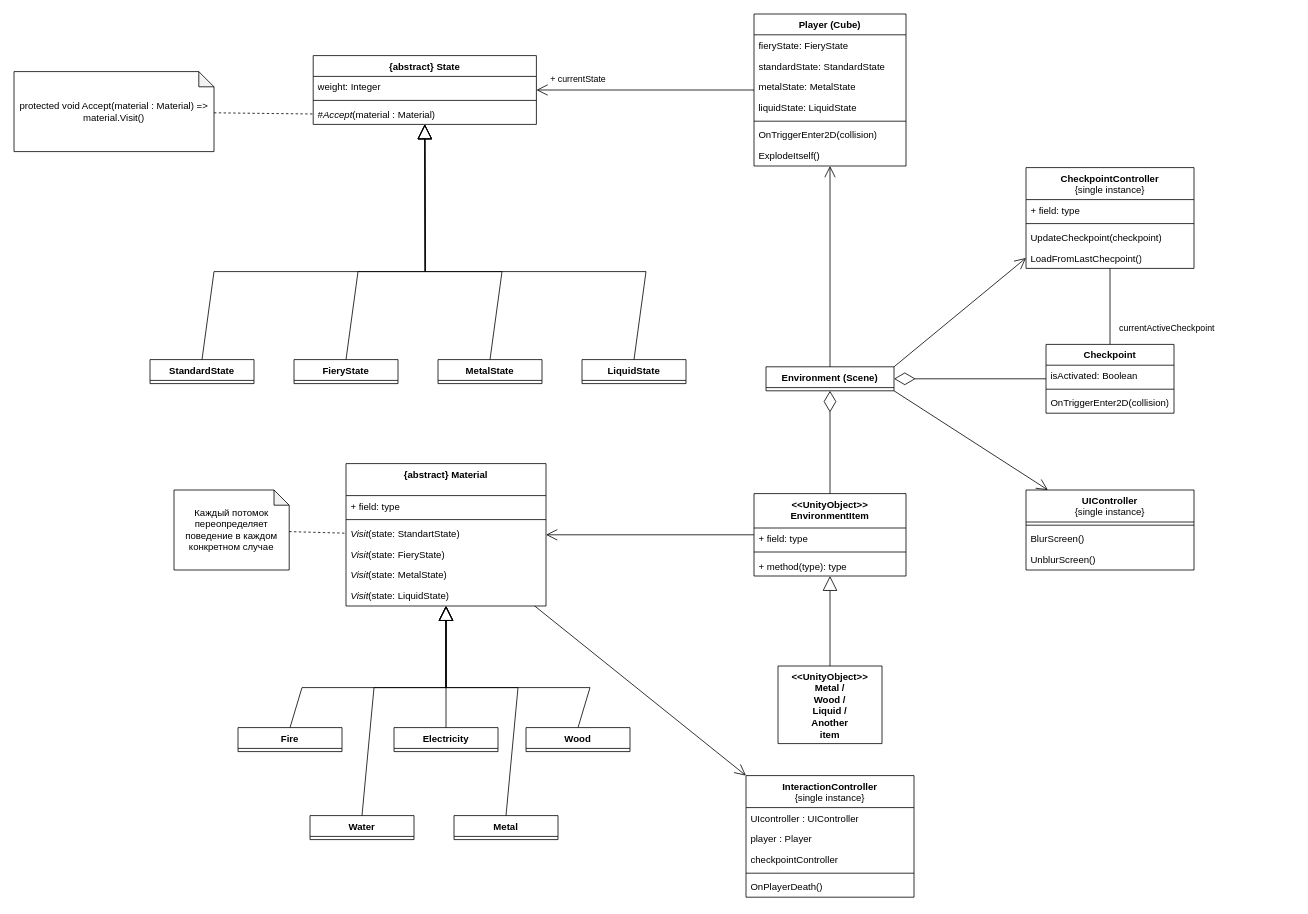
Above: Documentation/Cube states Diagram.drawio in Mithrilll/Rock (draw.io), before the change. Source tidied: cells renumbered, new cells numbered last; positions are measured from the earlier drawing's top-left corner, leaving out a move shared by most shapes. Both pictures are drawn from the tidied source at 80%, with x=0, y=0 at pixel (14, 14).
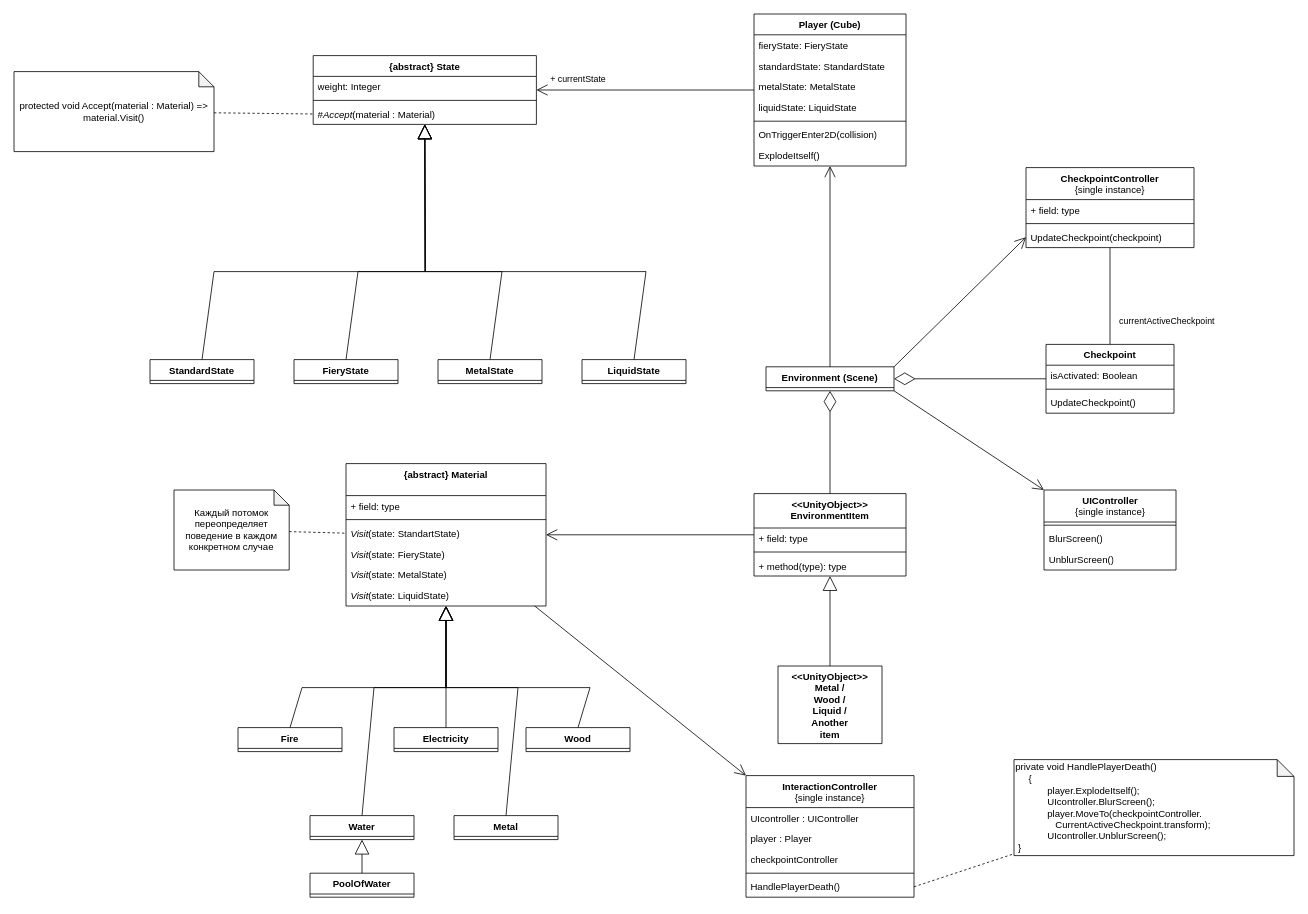
The same diagram, later.

Unchanged cells that the change refers to:
```xml
<mxCell id="21" value="Water" style="swimlane;fontStyle=1;align=center;verticalAlign=top;horizontal=1;startSize=26;whiteSpace=wrap;html=1;" parent="1" vertex="1" collapsed="1">
  <mxGeometry x="370" y="1002" width="130" height="30" as="geometry" />
</mxCell>
<mxCell id="37" value="Environment (Scene)" style="swimlane;fontStyle=1;align=center;verticalAlign=top;horizontal=1;startSize=26;whiteSpace=wrap;html=1;" parent="1" vertex="1" collapsed="1">
  <mxGeometry x="940" y="441" width="160" height="30" as="geometry" />
</mxCell>
<mxCell id="61" value="UpdateCheckpoint(checkpoint)" style="text;strokeColor=none;fillColor=none;align=left;verticalAlign=top;spacingLeft=4;spacingRight=4;overflow=hidden;points=[[0,0.5],[1,0.5]];portConstraint=eastwest;whiteSpace=wrap;html=1;" parent="58" vertex="1">
  <mxGeometry y="74" width="210" height="26" as="geometry" />
</mxCell>
<mxCell id="63" value="Checkpoint" style="swimlane;fontStyle=1;align=center;verticalAlign=top;horizontal=1;startSize=26;whiteSpace=wrap;html=1;" parent="1" vertex="1">
  <mxGeometry x="1290" y="413" width="160" height="86" as="geometry" />
</mxCell>
<mxCell id="74" value="InteractionController&lt;br style=&quot;border-color: var(--border-color);&quot;&gt;&lt;span style=&quot;font-weight: normal;&quot;&gt;{single instance}&lt;/span&gt;" style="swimlane;fontStyle=1;align=center;verticalAlign=top;horizontal=1;startSize=40;whiteSpace=wrap;html=1;" parent="1" vertex="1">
  <mxGeometry x="915" y="952" width="210" height="152" as="geometry" />
</mxCell>
```

What changed in the source:
```diff
@@
-    <mxCell id="36" style="edgeStyle=none;shape=connector;rounded=0;jettySize=auto;html=1;exitX=1;exitY=0;exitDx=0;exitDy=0;labelBackgroundColor=default;strokeColor=default;fontFamily=Helvetica;fontSize=11;fontColor=default;endArrow=open;endFill=1;endSize=12;entryX=0;entryY=0.5;entryDx=0;entryDy=0;" parent="1" edge="1" source="37" target="62">
+    <mxCell id="36" style="edgeStyle=none;shape=connector;rounded=0;jettySize=auto;html=1;exitX=1;exitY=0;exitDx=0;exitDy=0;labelBackgroundColor=default;strokeColor=default;fontFamily=Helvetica;fontSize=11;fontColor=default;endArrow=open;endFill=1;endSize=12;entryX=0;entryY=0.5;entryDx=0;entryDy=0;" parent="1" edge="1" source="37" target="61">
       <mxGeometry relative="1" as="geometry" />
     </mxCell>
@@
     <mxCell id="58" value="CheckpointController&lt;br&gt;&lt;span style=&quot;font-weight: normal;&quot;&gt;{single instance}&lt;/span&gt;" style="swimlane;fontStyle=1;align=center;verticalAlign=top;horizontal=1;startSize=40;whiteSpace=wrap;html=1;" parent="1" vertex="1">
-      <mxGeometry x="1265" y="192" width="210" height="126" as="geometry" />
+      <mxGeometry x="1265" y="192" width="210" height="100" as="geometry" />
     </mxCell>
@@
-    <mxCell id="62" value="LoadFromLastChecpoint()" style="text;strokeColor=none;fillColor=none;align=left;verticalAlign=top;spacingLeft=4;spacingRight=4;overflow=hidden;points=[[0,0.5],[1,0.5]];portConstraint=eastwest;whiteSpace=wrap;html=1;" parent="58" vertex="1">
-      <mxGeometry y="100" width="210" height="26" as="geometry" />
-    </mxCell>
@@
-    <mxCell id="66" value="OnTriggerEnter2D(collision)" style="text;strokeColor=none;fillColor=none;align=left;verticalAlign=top;spacingLeft=4;spacingRight=4;overflow=hidden;whiteSpace=wrap;html=1;" parent="63" vertex="1">
+    <mxCell id="66" value="UpdateCheckpoint()" style="text;strokeColor=none;fillColor=none;align=left;verticalAlign=top;spacingLeft=4;spacingRight=4;overflow=hidden;whiteSpace=wrap;html=1;" parent="63" vertex="1">
       <mxGeometry y="60" width="160" height="26" as="geometry" />
     </mxCell>
@@
     <mxCell id="69" value="UIController&lt;br&gt;&lt;span style=&quot;font-weight: normal;&quot;&gt;{single instance}&lt;/span&gt;" style="swimlane;fontStyle=1;align=center;verticalAlign=top;horizontal=1;startSize=40;whiteSpace=wrap;html=1;" parent="1" vertex="1">
-      <mxGeometry x="1265" y="595" width="210" height="100" as="geometry" />
+      <mxGeometry x="1287.5" y="595" width="165" height="100" as="geometry" />
     </mxCell>
     <mxCell id="70" style="line;strokeWidth=1;fillColor=none;align=left;verticalAlign=middle;spacingTop=-1;spacingLeft=3;spacingRight=3;labelPosition=right;strokeColor=inherit;" parent="69" vertex="1">
-      <mxGeometry y="40" width="210" height="8" as="geometry" />
+      <mxGeometry y="40" width="165" height="8" as="geometry" />
     </mxCell>
     <mxCell id="71" value="BlurScreen()" style="text;strokeColor=none;fillColor=none;align=left;verticalAlign=top;spacingLeft=4;spacingRight=4;overflow=hidden;whiteSpace=wrap;html=1;" parent="69" vertex="1">
-      <mxGeometry y="48" width="210" height="26" as="geometry" />
+      <mxGeometry y="48" width="165" height="26" as="geometry" />
     </mxCell>
     <mxCell id="72" value="UnblurScreen()" style="text;strokeColor=none;fillColor=none;align=left;verticalAlign=top;spacingLeft=4;spacingRight=4;overflow=hidden;whiteSpace=wrap;html=1;" parent="69" vertex="1">
-      <mxGeometry y="74" width="210" height="26" as="geometry" />
+      <mxGeometry y="74" width="165" height="26" as="geometry" />
     </mxCell>
-    <mxCell id="73" style="edgeStyle=none;shape=connector;rounded=0;jettySize=auto;html=1;labelBackgroundColor=default;strokeColor=default;fontFamily=Helvetica;fontSize=11;fontColor=default;endArrow=open;endFill=1;endSize=12;exitX=1;exitY=1;exitDx=0;exitDy=0;" parent="1" edge="1" source="37" target="69">
+    <mxCell id="73" style="edgeStyle=none;shape=connector;rounded=0;jettySize=auto;html=1;labelBackgroundColor=default;strokeColor=default;fontFamily=Helvetica;fontSize=11;fontColor=default;endArrow=open;endFill=1;endSize=12;exitX=1;exitY=1;exitDx=0;exitDy=0;entryX=0;entryY=0;entryDx=0;entryDy=0;" parent="1" edge="1" source="37" target="69">
       <mxGeometry relative="1" as="geometry" />
     </mxCell>
@@
-    <mxCell id="79" value="OnPlayerDeath()" style="text;strokeColor=none;fillColor=none;align=left;verticalAlign=top;spacingLeft=4;spacingRight=4;overflow=hidden;points=[[0,0.5],[1,0.5]];portConstraint=eastwest;whiteSpace=wrap;html=1;" parent="74" vertex="1">
+    <mxCell id="79" value="HandlePlayerDeath()" style="text;strokeColor=none;fillColor=none;align=left;verticalAlign=top;spacingLeft=4;spacingRight=4;overflow=hidden;points=[[0,0.5],[1,0.5]];portConstraint=eastwest;whiteSpace=wrap;html=1;" parent="74" vertex="1">
       <mxGeometry y="126" width="210" height="26" as="geometry" />
     </mxCell>
+    <mxCell id="80" value="PoolOfWater" style="swimlane;fontStyle=1;align=center;verticalAlign=top;horizontal=1;startSize=26;whiteSpace=wrap;html=1;" parent="1" vertex="1" collapsed="1">
+      <mxGeometry x="370" y="1074" width="130" height="30" as="geometry" />
+    </mxCell>
+    <mxCell id="81" style="endArrow=block;endSize=16;endFill=0;html=1;rounded=0;" parent="1" edge="1" source="80" target="21">
+      <mxGeometry relative="1" as="geometry" />
+    </mxCell>
+    <mxCell id="82" value="&lt;div&gt;private void HandlePlayerDeath()&lt;/div&gt;&lt;div&gt;&amp;nbsp; &amp;nbsp; &lt;span style=&quot;white-space: pre;&quot;&gt; &lt;/span&gt;{&lt;/div&gt;&lt;blockquote style=&quot;margin: 0 0 0 40px; border: none; padding: 0px;&quot;&gt;&lt;div&gt;player.ExplodeItself();&lt;/div&gt;&lt;div&gt;UIcontroller.BlurScreen();&lt;/div&gt;&lt;div&gt;player.MoveTo(checkpointController.&lt;/div&gt;&lt;div&gt;&lt;span style=&quot;white-space: pre;&quot;&gt; &lt;/span&gt;&lt;span style=&quot;white-space: pre;&quot;&gt; &lt;/span&gt;&lt;span style=&quot;white-space: pre;&quot;&gt; &lt;/span&gt;CurrentActiveCheckpoint.transform);&lt;/div&gt;&lt;div&gt;UIcontroller.UnblurScreen();&lt;/div&gt;&lt;/blockquote&gt;&lt;div&gt;&lt;span style=&quot;&quot;&gt; &lt;/span&gt;&lt;span style=&quot;white-space: pre;&quot;&gt; &lt;/span&gt;}&lt;/div&gt;" style="shape=note;whiteSpace=wrap;html=1;backgroundOutline=1;darkOpacity=0.05;size=21;align=left;" parent="1" vertex="1">
+      <mxGeometry x="1250" y="932" width="350" height="120" as="geometry" />
+    </mxCell>
+    <mxCell id="83" style="endArrow=none;dashed=1;html=1;rounded=0;exitX=1;exitY=0.5;exitDx=0;exitDy=0;" parent="1" edge="1" source="79" target="82">
+      <mxGeometry relative="1" as="geometry" />
+    </mxCell>
```
